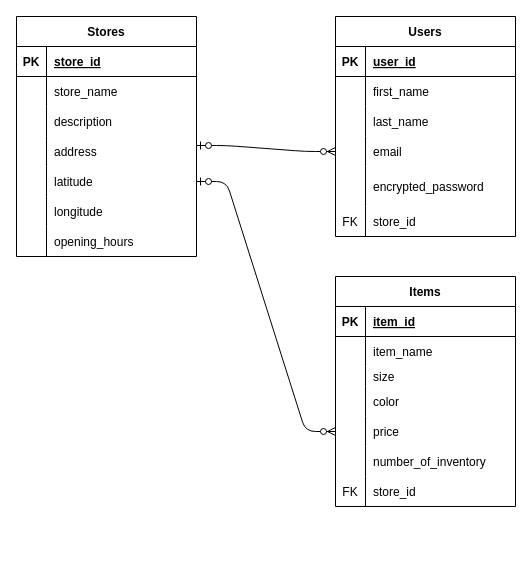
The draw.io diagram try_on.dio in ryohei8/try_on, before the edit. Source tidied: cells renumbered, new cells numbered last; positions are measured from the earlier drawing's top-left corner, leaving out a move shared by most shapes. Both pictures are drawn from the tidied source at 100%, with x=0, y=0 at pixel (16, 16).
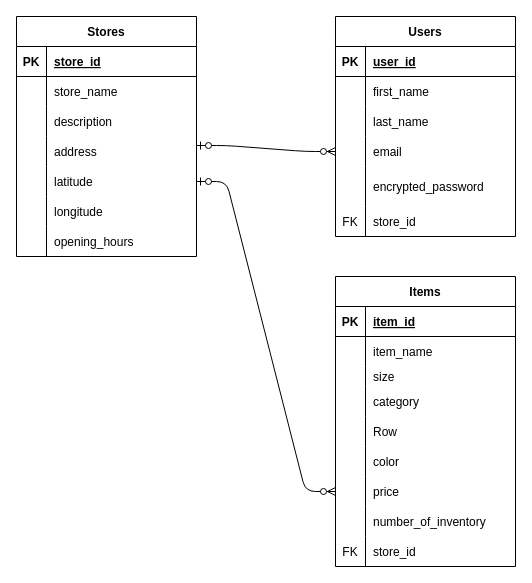
The same diagram, later.

What changed in the source:
```diff
@@
     <mxCell id="21" value="Items" style="shape=table;startSize=30;childLayout=tableLayout;rowLines=0;fontStyle=1;align=center;" parent="1" vertex="1">
-      <mxGeometry x="319" y="260" width="180" height="230" as="geometry" />
+      <mxGeometry x="319" y="260" width="180" height="290" as="geometry" />
     </mxCell>
@@
+    <mxCell id="67" style="shape=tableRow;horizontal=0;startSize=0;swimlaneHead=0;swimlaneBody=0;fillColor=none;top=0;left=0;right=0;bottom=0;" parent="21" vertex="1">
+      <mxGeometry y="110" width="180" height="30" as="geometry" />
+    </mxCell>
+    <mxCell id="68" style="shape=partialRectangle;fillColor=none;top=0;left=0;bottom=0;right=0;overflow=hidden;" parent="67" vertex="1">
+      <mxGeometry width="30" height="30" as="geometry" />
+    </mxCell>
+    <mxCell id="69" value="category" style="shape=partialRectangle;fillColor=none;top=0;left=0;bottom=0;right=0;align=left;spacingLeft=6;overflow=hidden;" parent="67" vertex="1">
+      <mxGeometry x="30" width="150" height="30" as="geometry" />
+    </mxCell>
+    <mxCell id="70" style="shape=tableRow;horizontal=0;startSize=0;swimlaneHead=0;swimlaneBody=0;fillColor=none;top=0;left=0;right=0;bottom=0;" parent="21" vertex="1">
+      <mxGeometry y="140" width="180" height="30" as="geometry" />
+    </mxCell>
+    <mxCell id="71" style="shape=partialRectangle;fillColor=none;top=0;left=0;bottom=0;right=0;overflow=hidden;" parent="70" vertex="1">
+      <mxGeometry width="30" height="30" as="geometry" />
+    </mxCell>
+    <mxCell id="72" value="Row" style="shape=partialRectangle;fillColor=none;top=0;left=0;bottom=0;right=0;align=left;spacingLeft=6;overflow=hidden;" parent="70" vertex="1">
+      <mxGeometry x="30" width="150" height="30" as="geometry" />
+    </mxCell>
     <mxCell id="31" style="shape=tableRow;horizontal=0;startSize=0;swimlaneHead=0;swimlaneBody=0;fillColor=none;top=0;left=0;right=0;bottom=0;" parent="21" vertex="1">
-      <mxGeometry y="110" width="180" height="30" as="geometry" />
+      <mxGeometry y="170" width="180" height="30" as="geometry" />
     </mxCell>
@@
     <mxCell id="34" style="shape=tableRow;horizontal=0;startSize=0;swimlaneHead=0;swimlaneBody=0;fillColor=none;points=[[0,0.5],[1,0.5]];portConstraint=eastwest;top=0;left=0;right=0;bottom=0;" parent="21" vertex="1">
-      <mxGeometry y="140" width="180" height="30" as="geometry" />
+      <mxGeometry y="200" width="180" height="30" as="geometry" />
     </mxCell>
@@
     <mxCell id="37" style="shape=tableRow;horizontal=0;startSize=0;swimlaneHead=0;swimlaneBody=0;fillColor=none;top=0;left=0;right=0;bottom=0;" parent="21" vertex="1">
-      <mxGeometry y="170" width="180" height="30" as="geometry" />
+      <mxGeometry y="230" width="180" height="30" as="geometry" />
     </mxCell>
@@
     <mxCell id="40" style="shape=tableRow;horizontal=0;startSize=0;swimlaneHead=0;swimlaneBody=0;fillColor=none;top=0;left=0;right=0;bottom=0;" parent="21" vertex="1">
-      <mxGeometry y="200" width="180" height="30" as="geometry" />
+      <mxGeometry y="260" width="180" height="30" as="geometry" />
     </mxCell>
```
